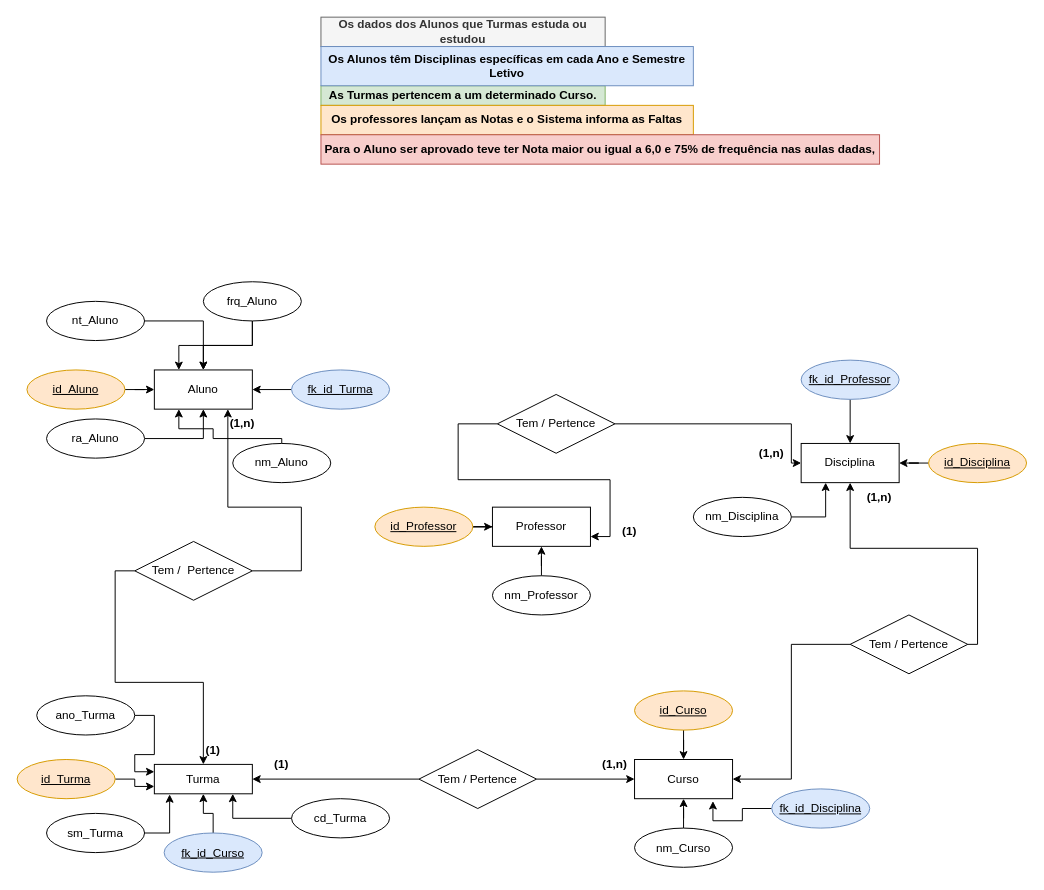
Earlier version of the draw.io diagram EstudoDeCasoModelos.drawio (Ariel1776/EstudoDeCasosBancoDeDados). Source tidied: cells renumbered, new cells numbered last; positions are measured from the earlier drawing's top-left corner, leaving out a move shared by most shapes. Both pictures are drawn from the tidied source at 98%, with x=0, y=0 at pixel (17, 17).
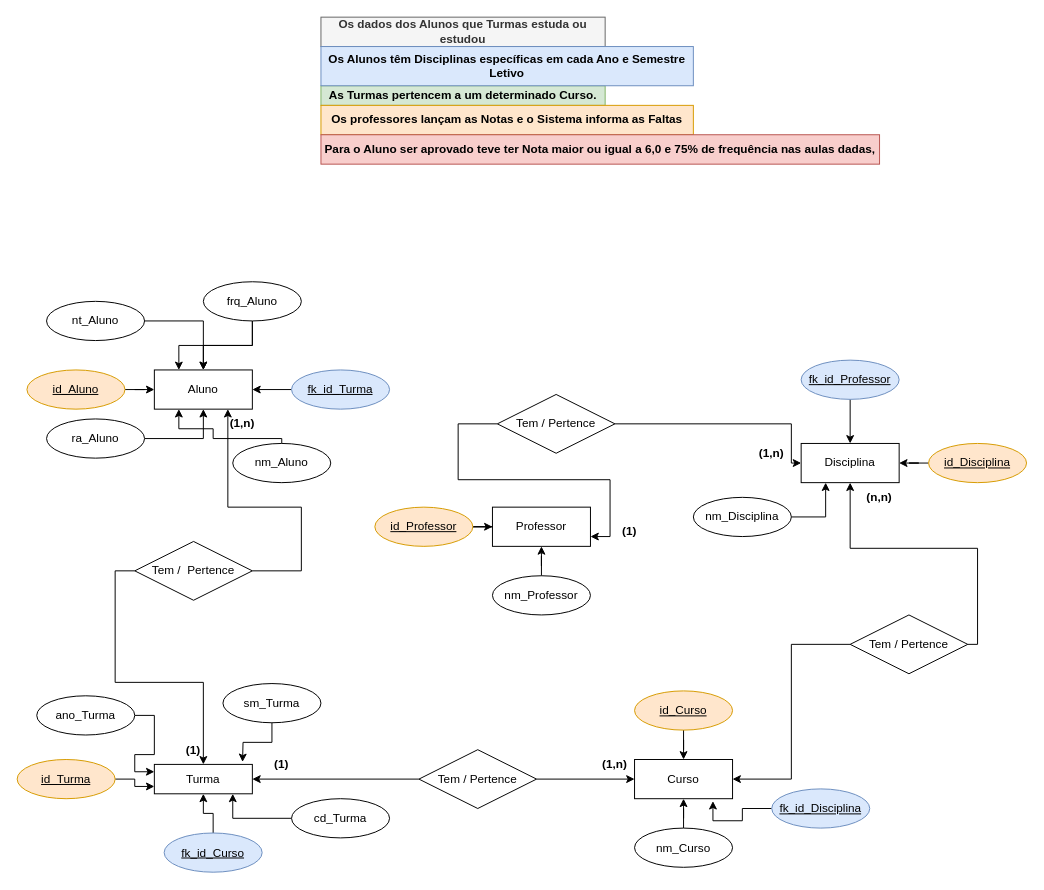
After the change.

Unchanged cells that the change refers to:
```xml
<mxCell id="8" value="Turma" style="whiteSpace=wrap;html=1;align=center;" parent="1" vertex="1">
  <mxGeometry x="140" y="762.5" width="100" height="30" as="geometry" />
</mxCell>
```

Diff of the diagram source:
```diff
@@
-    <mxCell id="35" style="edgeStyle=orthogonalEdgeStyle;rounded=0;jettySize=auto;html=1;entryX=0.156;entryY=1.02;entryDx=0;entryDy=0;entryPerimeter=0;" parent="1" edge="1" source="36" target="8">
-      <mxGeometry relative="1" as="geometry" />
-    </mxCell>
+    <mxCell id="70" style="edgeStyle=orthogonalEdgeStyle;rounded=0;jettySize=auto;html=1;" parent="1" edge="1" source="36">
+      <mxGeometry relative="1" as="geometry">
+        <mxPoint x="230" y="760" as="targetPoint" />
+      </mxGeometry>
+    </mxCell>
     <mxCell id="36" value="sm_Turma" style="ellipse;whiteSpace=wrap;html=1;align=center;" parent="1" vertex="1">
-      <mxGeometry x="30" y="812.5" width="100" height="40" as="geometry" />
+      <mxGeometry x="210" y="680" width="100" height="40" as="geometry" />
     </mxCell>
@@
     <mxCell id="53" value="(1)" style="text;html=1;strokeColor=none;fillColor=none;align=center;verticalAlign=middle;whiteSpace=wrap;rounded=0;fontStyle=1;" parent="1" vertex="1">
-      <mxGeometry x="170" y="732.5" width="60" height="30" as="geometry" />
+      <mxGeometry x="150" y="732.5" width="60" height="30" as="geometry" />
     </mxCell>
@@
-    <mxCell id="62" value="(1,n)" style="text;html=1;strokeColor=none;fillColor=none;align=center;verticalAlign=middle;whiteSpace=wrap;rounded=0;fontStyle=1;" parent="1" vertex="1">
+    <mxCell id="62" value="(n,n)" style="text;html=1;strokeColor=none;fillColor=none;align=center;verticalAlign=middle;whiteSpace=wrap;rounded=0;fontStyle=1;" parent="1" vertex="1">
       <mxGeometry x="850" y="475" width="60" height="30" as="geometry" />
     </mxCell>
```
